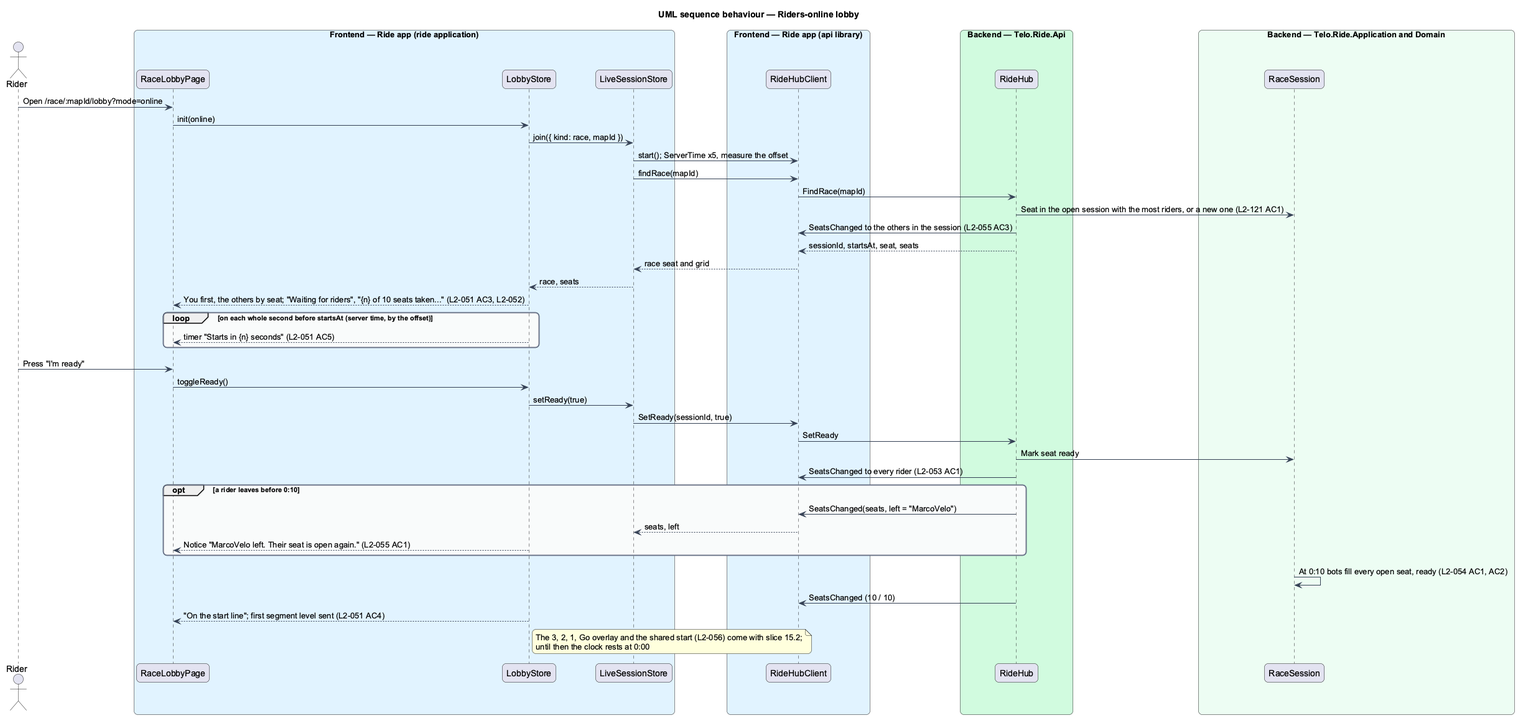
This is docs/detailed-designs/race/wait-in-the-race-lobby/diagrams/sequence-riders-online-lobby.png from QuinntyneBrown/wattzup, a PlantUML export, as it was before one commit.
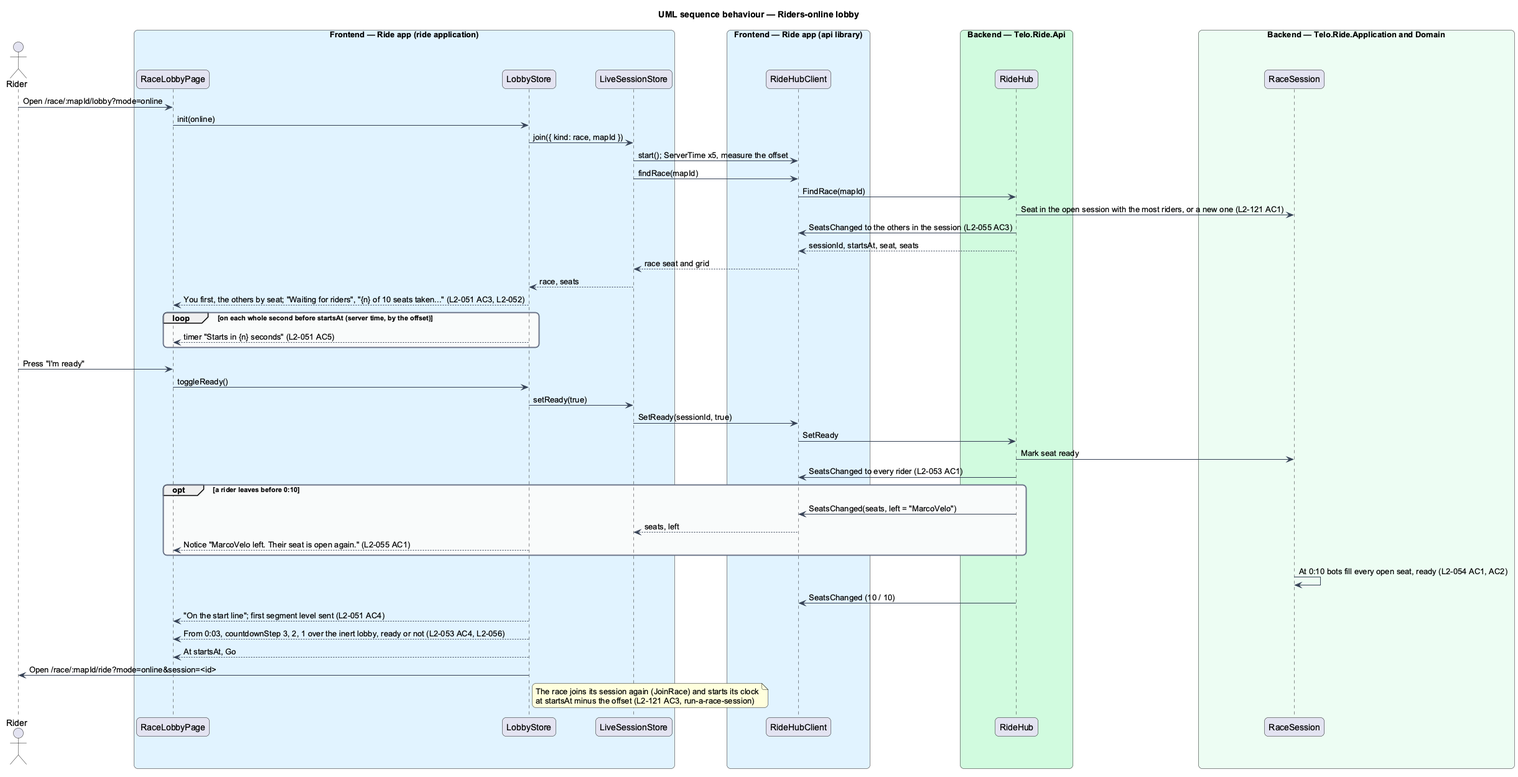
After the commit.

Change to the diagram source:
```diff
@@ -59,5 +59,8 @@
 rs -> rs : At 0:10 bots fill every open seat, ready (L2-054 AC1, AC2)
 ridehub -> hub : SeatsChanged (10 / 10)
 store --> page : "On the start line"; first segment level sent (L2-051 AC4)
-note right of store : The 3, 2, 1, Go overlay and the shared start (L2-056) come with slice 15.2;\nuntil then the clock rests at 0:00
+store --> page : From 0:03, countdownStep 3, 2, 1 over the inert lobby, ready or not (L2-053 AC4, L2-056)
+store --> page : At startsAt, Go
+store -> actor : Open /race/:mapId/ride?mode=online&session=<id>
+note right of store : The race joins its session again (JoinRace) and starts its clock\nat startsAt minus the offset (L2-121 AC3, run-a-race-session)
 @enduml
```
